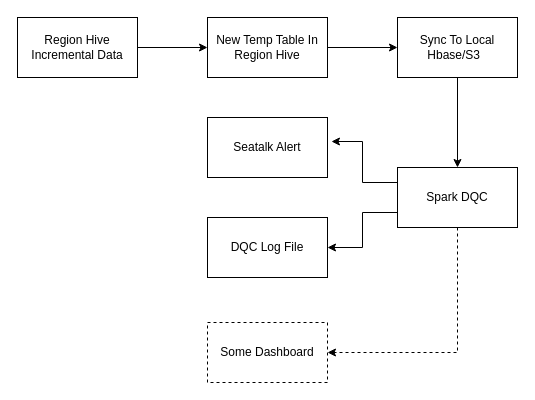
This is 未命名绘图.drawio from LadyTao/study-notes, a draw.io file, before an edit. Source tidied: cells renumbered, new cells numbered last; positions are measured from the earlier drawing's top-left corner, leaving out a move shared by most shapes. Both pictures are drawn from the tidied source at 100%, with x=0, y=0 at pixel (17, 17).
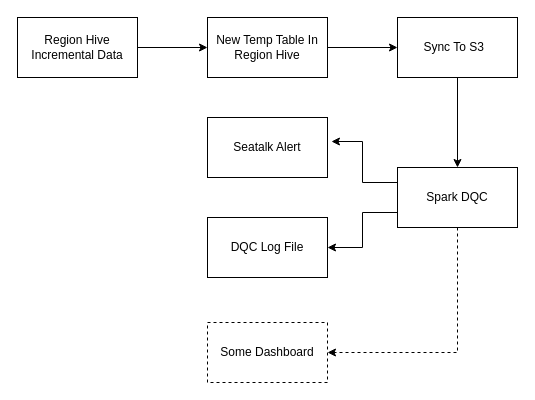
The same diagram, later.

Commit message (it also covers changes not shown here):
更新未命名绘图.drawio

Diff of the diagram source:
```diff
@@
 <mxGraphModel>
   <root>
     <mxCell id="0" />
     <mxCell id="1" parent="0" />
     <mxCell id="2" style="edgeStyle=orthogonalEdgeStyle;rounded=0;jettySize=auto;html=1;exitX=1;exitY=0.5;exitDx=0;exitDy=0;entryX=0;entryY=0.5;entryDx=0;entryDy=0;" parent="1" edge="1" source="3" target="5">
       <mxGeometry relative="1" as="geometry" />
     </mxCell>
     <mxCell id="3" value="Region Hive&lt;br&gt;Incremental Data" style="rounded=0;whiteSpace=wrap;html=1;" parent="1" vertex="1">
       <mxGeometry width="120" height="60" as="geometry" />
     </mxCell>
     <mxCell id="4" style="edgeStyle=orthogonalEdgeStyle;rounded=0;jettySize=auto;html=1;exitX=1;exitY=0.5;exitDx=0;exitDy=0;entryX=0;entryY=0.5;entryDx=0;entryDy=0;" parent="1" edge="1" source="5" target="7">
       <mxGeometry relative="1" as="geometry" />
     </mxCell>
     <mxCell id="5" value="New Temp Table In Region Hive" style="rounded=0;whiteSpace=wrap;html=1;" parent="1" vertex="1">
       <mxGeometry x="190" width="120" height="60" as="geometry" />
     </mxCell>
     <mxCell id="6" style="edgeStyle=orthogonalEdgeStyle;rounded=0;jettySize=auto;html=1;exitX=0.5;exitY=1;exitDx=0;exitDy=0;" parent="1" edge="1" source="7" target="11">
       <mxGeometry relative="1" as="geometry" />
     </mxCell>
-    <mxCell id="7" value="Sync To Local Hbase/S3&amp;nbsp;&amp;nbsp;" style="rounded=0;whiteSpace=wrap;html=1;" parent="1" vertex="1">
+    <mxCell id="7" value="Sync To S3&amp;nbsp;&amp;nbsp;" style="rounded=0;whiteSpace=wrap;html=1;" parent="1" vertex="1">
       <mxGeometry x="380" width="120" height="60" as="geometry" />
     </mxCell>
     <mxCell id="8" style="edgeStyle=orthogonalEdgeStyle;rounded=0;jettySize=auto;html=1;exitX=0;exitY=0.25;exitDx=0;exitDy=0;entryX=1.033;entryY=0.4;entryDx=0;entryDy=0;entryPerimeter=0;" parent="1" edge="1" source="11" target="12">
       <mxGeometry relative="1" as="geometry" />
     </mxCell>
     <mxCell id="9" style="edgeStyle=orthogonalEdgeStyle;rounded=0;jettySize=auto;html=1;exitX=0;exitY=0.75;exitDx=0;exitDy=0;entryX=1;entryY=0.5;entryDx=0;entryDy=0;" parent="1" edge="1" source="11" target="13">
       <mxGeometry relative="1" as="geometry" />
     </mxCell>
     <mxCell id="10" style="edgeStyle=orthogonalEdgeStyle;rounded=0;jettySize=auto;html=1;exitX=0.5;exitY=1;exitDx=0;exitDy=0;entryX=1;entryY=0.5;entryDx=0;entryDy=0;dashed=1;" parent="1" edge="1" source="11" target="14">
       <mxGeometry relative="1" as="geometry" />
     </mxCell>
     <mxCell id="11" value="Spark DQC" style="rounded=0;whiteSpace=wrap;html=1;" parent="1" vertex="1">
       <mxGeometry x="380" y="150" width="120" height="60" as="geometry" />
     </mxCell>
     <mxCell id="12" value="Seatalk Alert" style="rounded=0;whiteSpace=wrap;html=1;" parent="1" vertex="1">
       <mxGeometry x="190" y="100" width="120" height="60" as="geometry" />
     </mxCell>
     <mxCell id="13" value="DQC Log File&lt;br&gt;" style="rounded=0;whiteSpace=wrap;html=1;" parent="1" vertex="1">
       <mxGeometry x="190" y="200" width="120" height="60" as="geometry" />
     </mxCell>
     <mxCell id="14" value="Some Dashboard" style="rounded=0;whiteSpace=wrap;html=1;dashed=1;" parent="1" vertex="1">
       <mxGeometry x="190" y="305" width="120" height="60" as="geometry" />
     </mxCell>
   </root>
 </mxGraphModel>
```
